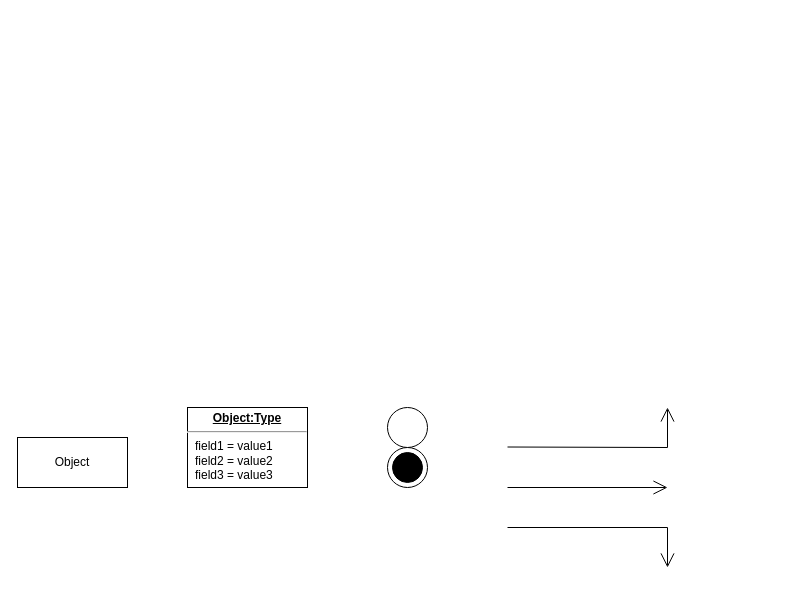
The draw.io diagram Biểu đồ không có tiêu đề.drawio in Khanh-BangPham/Diagram-Store, before the edit. Source tidied: cells renumbered, new cells numbered last; positions are measured from the earlier drawing's top-left corner, leaving out a move shared by most shapes. Both pictures are drawn from the tidied source at 100%, with x=0, y=0 at pixel (17, 407).
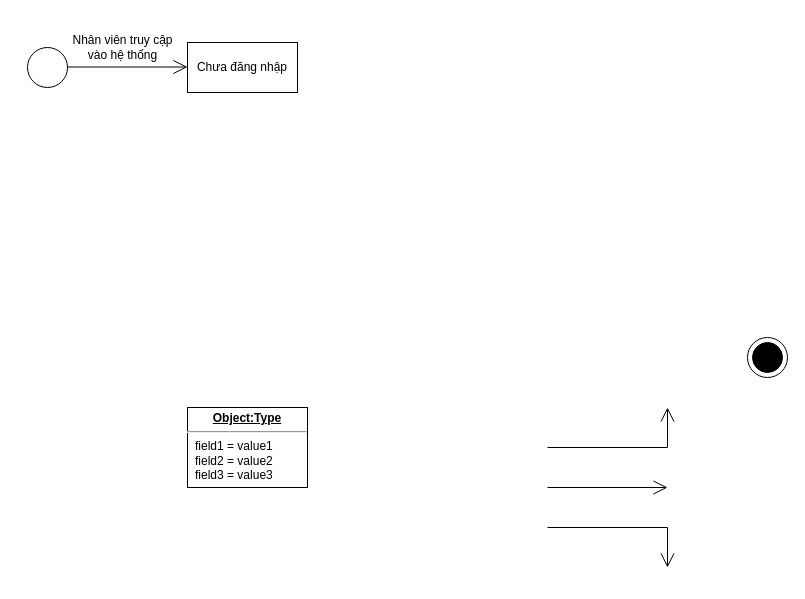
The same diagram, later.

Commit message (it also covers changes not shown here):
Cập nhật Biểu đồ không có tiêu đề.drawio

What changed in the source:
```diff
@@
 <mxGraphModel>
   <root>
     <mxCell id="0" />
     <mxCell id="1" parent="0" />
-    <mxCell id="2" value="Object" style="html=1;whiteSpace=wrap;" parent="1" vertex="1">
-      <mxGeometry y="30" width="110" height="50" as="geometry" />
+    <mxCell id="2" value="Chưa đăng nhập" style="html=1;whiteSpace=wrap;" parent="1" vertex="1">
+      <mxGeometry x="170" y="-365" width="110" height="50" as="geometry" />
     </mxCell>
     <mxCell id="3" value="&lt;p style=&quot;margin:0px;margin-top:4px;text-align:center;text-decoration:underline;&quot;&gt;&lt;b&gt;Object:Type&lt;/b&gt;&lt;/p&gt;&lt;hr/&gt;&lt;p style=&quot;margin:0px;margin-left:8px;&quot;&gt;field1 = value1&lt;br/&gt;field2 = value2&lt;br&gt;field3 = value3&lt;/p&gt;" style="verticalAlign=top;align=left;overflow=fill;fontSize=12;fontFamily=Helvetica;html=1;whiteSpace=wrap;" parent="1" vertex="1">
       <mxGeometry x="170" width="120" height="80" as="geometry" />
     </mxCell>
     <mxCell id="4" style="ellipse;whiteSpace=wrap;html=1;" parent="1" vertex="1">
-      <mxGeometry x="370" width="40" height="40" as="geometry" />
+      <mxGeometry x="10" y="-360" width="40" height="40" as="geometry" />
     </mxCell>
     <mxCell id="5" style="endArrow=open;endFill=1;endSize=12;html=1;rounded=0;" parent="1" edge="1">
       <mxGeometry relative="1" as="geometry">
-        <mxPoint x="490" y="80" as="sourcePoint" />
+        <mxPoint x="530" y="80" as="sourcePoint" />
         <mxPoint x="650" y="80" as="targetPoint" />
       </mxGeometry>
     </mxCell>
     <mxCell id="6" style="group;" parent="1" vertex="1">
-      <mxGeometry x="370" y="40" width="40" height="40" as="geometry" />
+      <mxGeometry x="730" y="-70" width="40" height="40" as="geometry" />
     </mxCell>
     <mxCell id="7" style="ellipse;whiteSpace=wrap;html=1;" parent="6" vertex="1">
       <mxGeometry width="40" height="40" as="geometry" />
     </mxCell>
     <mxCell id="8" style="ellipse;whiteSpace=wrap;html=1;fillColor=#000000;" parent="6" vertex="1">
       <mxGeometry x="5" y="5" width="30" height="30" as="geometry" />
     </mxCell>
     <mxCell id="9" style="endArrow=open;endFill=1;endSize=12;html=1;rounded=0;" parent="1" edge="1">
       <mxGeometry relative="1" as="geometry">
-        <mxPoint x="490" y="39.5" as="sourcePoint" />
+        <mxPoint x="530" y="40" as="sourcePoint" />
         <mxPoint x="650" as="targetPoint" />
         <Array as="points">
           <mxPoint x="650" y="40" />
         </Array>
       </mxGeometry>
     </mxCell>
     <mxCell id="10" style="endArrow=open;endFill=1;endSize=12;html=1;rounded=0;" parent="1" edge="1">
       <mxGeometry relative="1" as="geometry">
-        <mxPoint x="490" y="120" as="sourcePoint" />
+        <mxPoint x="530" y="120" as="sourcePoint" />
         <mxPoint x="650" y="160" as="targetPoint" />
         <Array as="points">
           <mxPoint x="650" y="120" />
         </Array>
       </mxGeometry>
     </mxCell>
+    <mxCell id="11" style="endArrow=open;endFill=1;endSize=12;html=1;rounded=0;" parent="1" edge="1">
+      <mxGeometry relative="1" as="geometry">
+        <mxPoint x="50" y="-340.5" as="sourcePoint" />
+        <mxPoint x="170" y="-340.5" as="targetPoint" />
+      </mxGeometry>
+    </mxCell>
+    <mxCell id="12" value="&lt;span style=&quot;font-weight: 400;&quot;&gt;Nhân viên truy cập &lt;br&gt;vào hệ thống&lt;/span&gt;" style="text;align=center;fontStyle=1;verticalAlign=middle;spacingLeft=3;spacingRight=3;strokeColor=none;html=1;" parent="1" vertex="1">
+      <mxGeometry x="40" y="-390" width="130" height="60" as="geometry" />
+    </mxCell>
   </root>
 </mxGraphModel>
```
